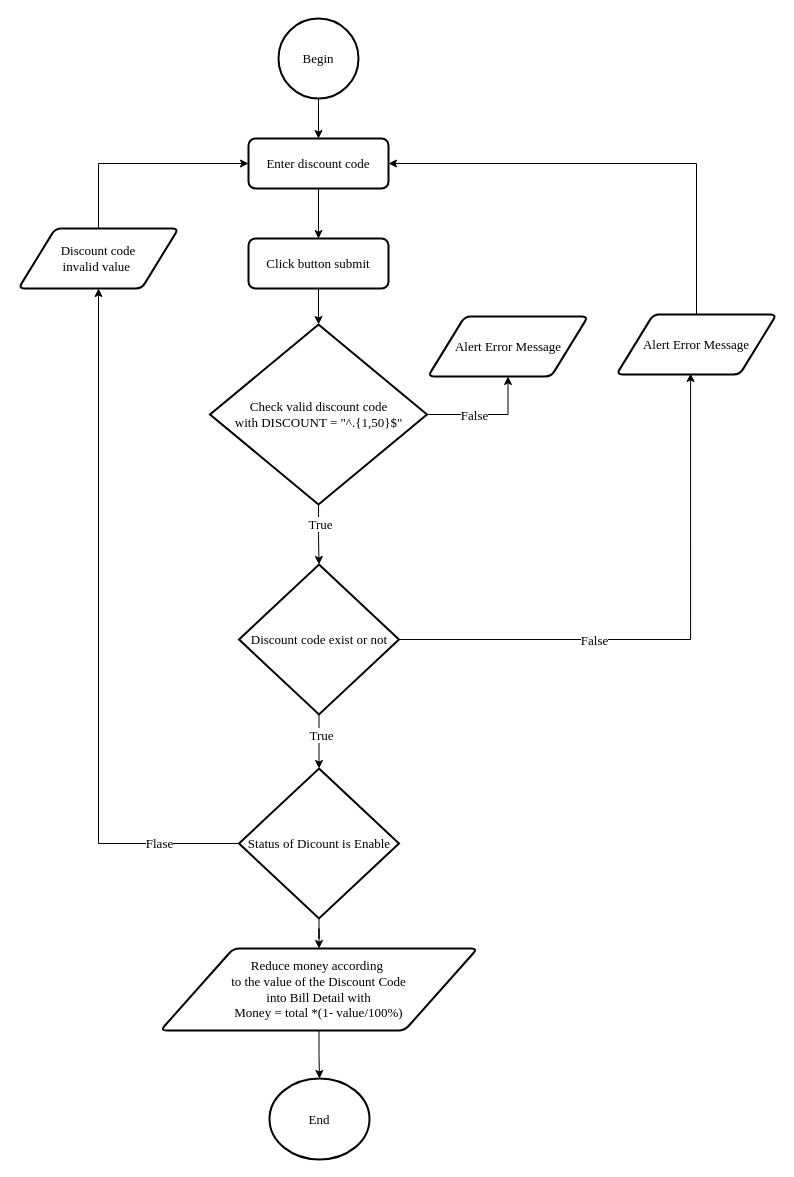
Before: page "Discount Code" (4 of 12) of document/diagram/flowchar_ver2.drawio in daomtthuan/do-an, a draw.io diagram. Source tidied: cells renumbered, new cells numbered last; positions are measured from the earlier drawing's top-left corner, leaving out a move shared by most shapes. Both pictures are drawn from the tidied source at 100%, with x=0, y=0 at pixel (18, 18).
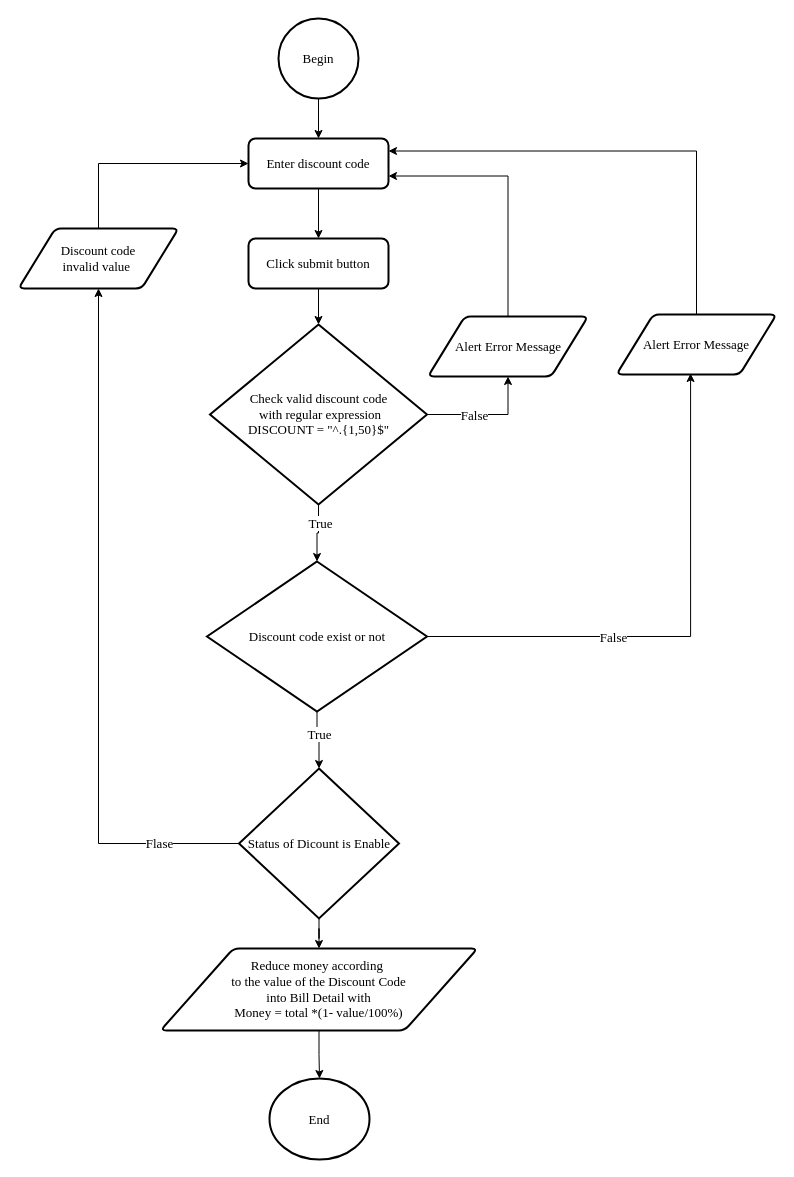
The same page after the edit.

The change refers to these unchanged cells:
```xml
<mxCell id="5" value="Enter discount code" style="rounded=1;whiteSpace=wrap;html=1;absoluteArcSize=1;arcSize=14;strokeWidth=2;fontFamily=Times New Roman;fontSize=13;" parent="1" vertex="1">
  <mxGeometry x="230" y="120" width="140" height="50" as="geometry" />
</mxCell>
<mxCell id="23" value="Alert Error Message" style="shape=parallelogram;html=1;strokeWidth=2;perimeter=parallelogramPerimeter;whiteSpace=wrap;rounded=1;arcSize=12;size=0.23;fontFamily=Times New Roman;fontSize=13;" parent="1" vertex="1">
  <mxGeometry x="598" y="296" width="160" height="60" as="geometry" />
</mxCell>
<mxCell id="29" value="Alert Error Message" style="shape=parallelogram;html=1;strokeWidth=2;perimeter=parallelogramPerimeter;whiteSpace=wrap;rounded=1;arcSize=12;size=0.23;fontFamily=Times New Roman;fontSize=13;" parent="1" vertex="1">
  <mxGeometry x="409.5" y="298" width="160" height="60" as="geometry" />
</mxCell>
```

What changed in the source:
```diff
@@
-    <mxCell id="7" value="Click button submit" style="rounded=1;whiteSpace=wrap;html=1;absoluteArcSize=1;arcSize=14;strokeWidth=2;fontFamily=Times New Roman;fontSize=13;" parent="1" vertex="1">
+    <mxCell id="7" value="Click submit button" style="rounded=1;whiteSpace=wrap;html=1;absoluteArcSize=1;arcSize=14;strokeWidth=2;fontFamily=Times New Roman;fontSize=13;" parent="1" vertex="1">
       <mxGeometry x="230" y="220" width="140" height="50" as="geometry" />
     </mxCell>
@@
     <mxCell id="12" value="Discount code exist or not" style="strokeWidth=2;html=1;shape=mxgraph.flowchart.decision;whiteSpace=wrap;fontFamily=Times New Roman;fontSize=13;" parent="1" vertex="1">
-      <mxGeometry x="220.5" y="546" width="160" height="150" as="geometry" />
+      <mxGeometry x="188.5" y="543" width="220" height="150" as="geometry" />
     </mxCell>
@@
-    <mxCell id="17" value="Check valid discount code with&amp;nbsp;DISCOUNT = &quot;^.{1,50}$&quot;" style="strokeWidth=2;html=1;shape=mxgraph.flowchart.decision;whiteSpace=wrap;fontFamily=Times New Roman;fontSize=13;" parent="1" vertex="1">
+    <mxCell id="17" value="Check valid discount code&lt;br&gt;&amp;nbsp;with&amp;nbsp;regular expression&lt;br&gt;DISCOUNT = &quot;^.{1,50}$&quot;" style="strokeWidth=2;html=1;shape=mxgraph.flowchart.decision;whiteSpace=wrap;fontFamily=Times New Roman;fontSize=13;" parent="1" vertex="1">
       <mxGeometry x="191.5" y="306" width="217" height="180" as="geometry" />
     </mxCell>
@@
-    <mxCell id="22" style="edgeStyle=orthogonalEdgeStyle;rounded=0;jettySize=auto;html=1;exitX=0.5;exitY=0;exitDx=0;exitDy=0;entryX=1;entryY=0.5;entryDx=0;entryDy=0;fontFamily=Times New Roman;fontSize=13;" parent="1" edge="1" source="23" target="5">
+    <mxCell id="22" style="edgeStyle=orthogonalEdgeStyle;rounded=0;jettySize=auto;html=1;exitX=0.5;exitY=0;exitDx=0;exitDy=0;entryX=1;entryY=0.25;entryDx=0;entryDy=0;fontFamily=Times New Roman;fontSize=13;" parent="1" edge="1" source="23" target="5">
       <mxGeometry relative="1" as="geometry" />
     </mxCell>
@@
+    <mxCell id="30" style="edgeStyle=orthogonalEdgeStyle;rounded=0;jettySize=auto;html=1;entryX=1;entryY=0.75;entryDx=0;entryDy=0;exitX=0.5;exitY=0;exitDx=0;exitDy=0;" parent="1" edge="1" source="29" target="5">
+      <mxGeometry relative="1" as="geometry" />
+    </mxCell>
```
